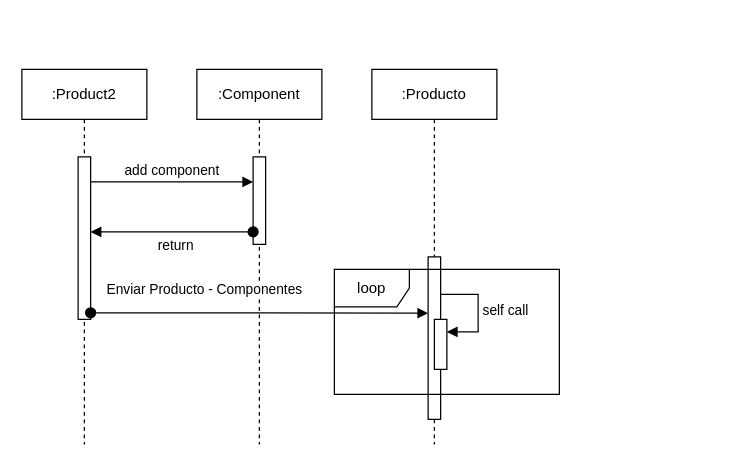
TecladoZurdo/UML keeps this draw.io diagram as Componentes.drawio. Above is the earlier version. Source tidied: cells renumbered, new cells numbered last; positions are measured from the earlier drawing's top-left corner, leaving out a move shared by most shapes. Both pictures are drawn from the tidied source at 125%, with x=0, y=0 at pixel (21, 69).
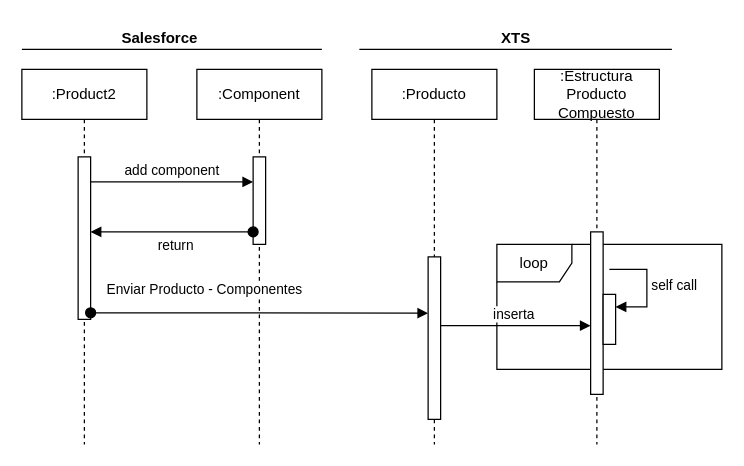
The same diagram, later.

The change refers to these unchanged cells:
```xml
<mxCell id="5" style="html=1;points=[];perimeter=orthogonalPerimeter;outlineConnect=0;targetShapes=umlLifeline;portConstraint=eastwest;newEdgeStyle={&quot;edgeStyle&quot;:&quot;elbowEdgeStyle&quot;,&quot;elbow&quot;:&quot;vertical&quot;,&quot;curved&quot;:0,&quot;rounded&quot;:0};" parent="4" vertex="1">
  <mxGeometry x="45" y="150" width="10" height="130" as="geometry" />
</mxCell>
```

Change to the diagram source:
```diff
@@
     <mxCell id="11" value="loop" style="shape=umlFrame;whiteSpace=wrap;html=1;" parent="1" vertex="1">
-      <mxGeometry x="250" y="160" width="180" height="100" as="geometry" />
+      <mxGeometry x="380" y="140" width="180" height="100" as="geometry" />
     </mxCell>
-    <mxCell id="12" style="html=1;points=[];perimeter=orthogonalPerimeter;outlineConnect=0;targetShapes=umlLifeline;portConstraint=eastwest;newEdgeStyle={&quot;edgeStyle&quot;:&quot;elbowEdgeStyle&quot;,&quot;elbow&quot;:&quot;vertical&quot;,&quot;curved&quot;:0,&quot;rounded&quot;:0};" parent="1" vertex="1">
-      <mxGeometry x="330" y="200" width="10" height="40" as="geometry" />
-    </mxCell>
+    <mxCell id="14" value=":Estructura Producto Compuesto" style="shape=umlLifeline;perimeter=lifelinePerimeter;whiteSpace=wrap;html=1;newEdgeStyle={&quot;edgeStyle&quot;:&quot;elbowEdgeStyle&quot;,&quot;elbow&quot;:&quot;vertical&quot;,&quot;curved&quot;:0,&quot;rounded&quot;:0};" parent="1" vertex="1">
+      <mxGeometry x="410" width="100" height="300" as="geometry" />
+    </mxCell>
+    <mxCell id="15" style="html=1;points=[];perimeter=orthogonalPerimeter;outlineConnect=0;targetShapes=umlLifeline;portConstraint=eastwest;newEdgeStyle={&quot;edgeStyle&quot;:&quot;elbowEdgeStyle&quot;,&quot;elbow&quot;:&quot;vertical&quot;,&quot;curved&quot;:0,&quot;rounded&quot;:0};" parent="14" vertex="1">
+      <mxGeometry x="45" y="130" width="10" height="130" as="geometry" />
+    </mxCell>
+    <mxCell id="16" style="html=1;points=[];perimeter=orthogonalPerimeter;outlineConnect=0;targetShapes=umlLifeline;portConstraint=eastwest;newEdgeStyle={&quot;edgeStyle&quot;:&quot;elbowEdgeStyle&quot;,&quot;elbow&quot;:&quot;vertical&quot;,&quot;curved&quot;:0,&quot;rounded&quot;:0};" parent="14" vertex="1">
+      <mxGeometry x="55" y="180" width="10" height="40" as="geometry" />
+    </mxCell>
-    <mxCell id="13" value="self call" style="html=1;align=left;spacingLeft=2;endArrow=block;rounded=0;edgeStyle=orthogonalEdgeStyle;curved=0;rounded=0;" parent="1" edge="1" target="12">
+    <mxCell id="13" value="self call" style="html=1;align=left;spacingLeft=2;endArrow=block;rounded=0;edgeStyle=orthogonalEdgeStyle;curved=0;rounded=0;" parent="14" edge="1" target="16">
       <mxGeometry relative="1" as="geometry">
-        <mxPoint x="335" y="180" as="sourcePoint" />
+        <mxPoint x="60" y="160" as="sourcePoint" />
         <Array as="points">
-          <mxPoint x="365" y="210" />
+          <mxPoint x="90" y="190" />
         </Array>
       </mxGeometry>
     </mxCell>
+    <mxCell id="17" value="inserta&amp;nbsp;" style="html=1;verticalAlign=bottom;endArrow=block;edgeStyle=elbowEdgeStyle;elbow=vertical;curved=0;rounded=0;" parent="1" edge="1" source="5" target="15">
+      <mxGeometry relative="1" as="geometry" />
+    </mxCell>
+    <mxCell id="18" style="line;strokeWidth=1;fillColor=none;align=left;verticalAlign=middle;spacingTop=-1;spacingLeft=3;spacingRight=3;labelPosition=right;strokeColor=inherit;" parent="1" vertex="1">
+      <mxGeometry x="270" y="-20" width="250" height="8" as="geometry" />
+    </mxCell>
+    <mxCell id="19" value="XTS" style="text;align=center;fontStyle=1;verticalAlign=middle;spacingLeft=3;spacingRight=3;strokeColor=none;html=1;" parent="1" vertex="1">
+      <mxGeometry x="355" y="-38" width="80" height="26" as="geometry" />
+    </mxCell>
+    <mxCell id="20" style="line;strokeWidth=1;fillColor=none;align=left;verticalAlign=middle;spacingTop=-1;spacingLeft=3;spacingRight=3;labelPosition=right;strokeColor=inherit;" parent="1" vertex="1">
+      <mxGeometry y="-20" width="240" height="8" as="geometry" />
+    </mxCell>
+    <mxCell id="21" value="Salesforce" style="text;align=center;fontStyle=1;verticalAlign=middle;spacingLeft=3;spacingRight=3;strokeColor=none;html=1;" parent="1" vertex="1">
+      <mxGeometry x="70" y="-38" width="80" height="26" as="geometry" />
+    </mxCell>
```
